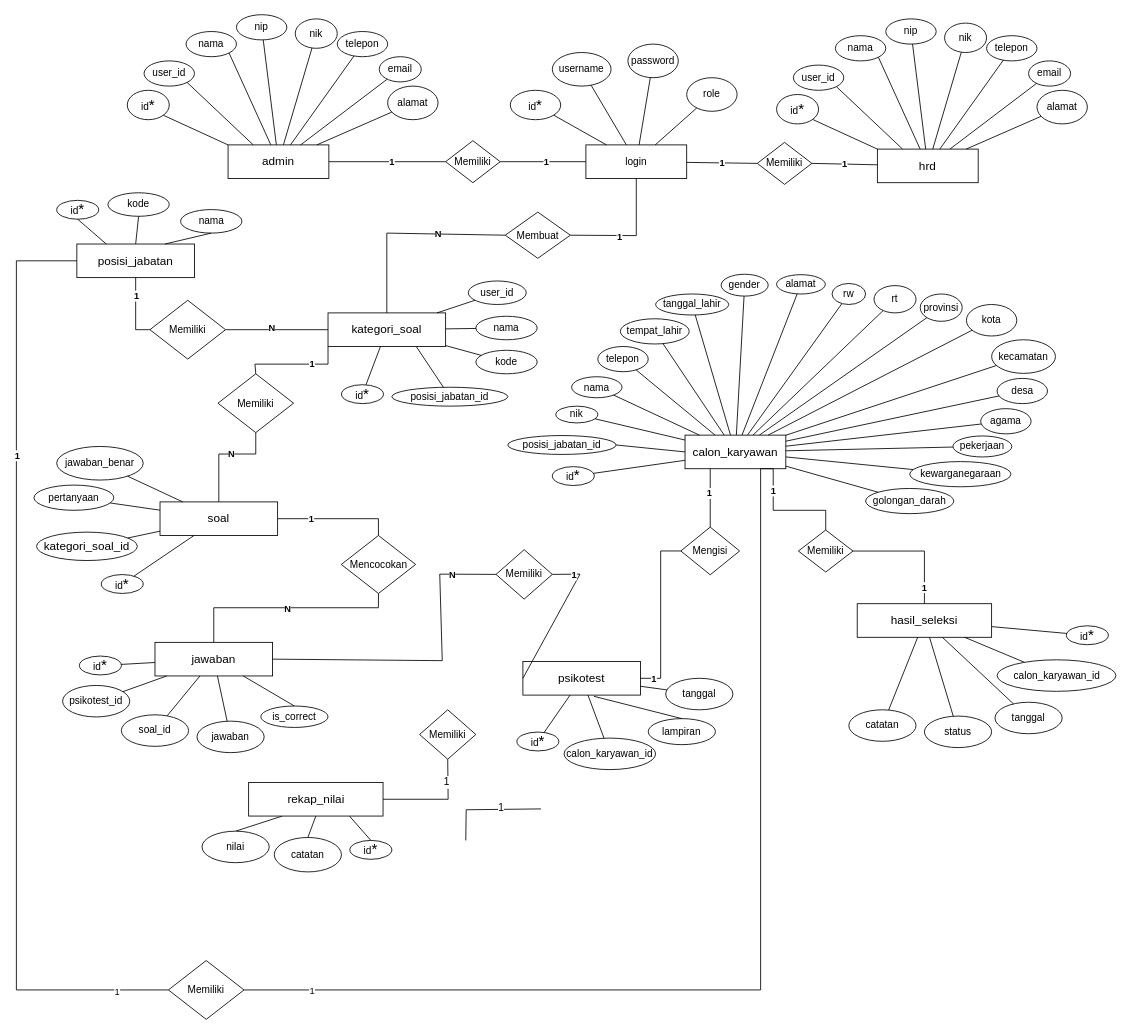
ceceprokani/Diagram-Skripsi keeps this draw.io diagram as page "ERD" (5 of 5) of Use Case.drawio. Above is the earlier version. Source tidied: cells renumbered, new cells numbered last; positions are measured from the earlier drawing's top-left corner, leaving out a move shared by most shapes. Both pictures are drawn from the tidied source at 84%, with x=0, y=0 at pixel (16, 14).
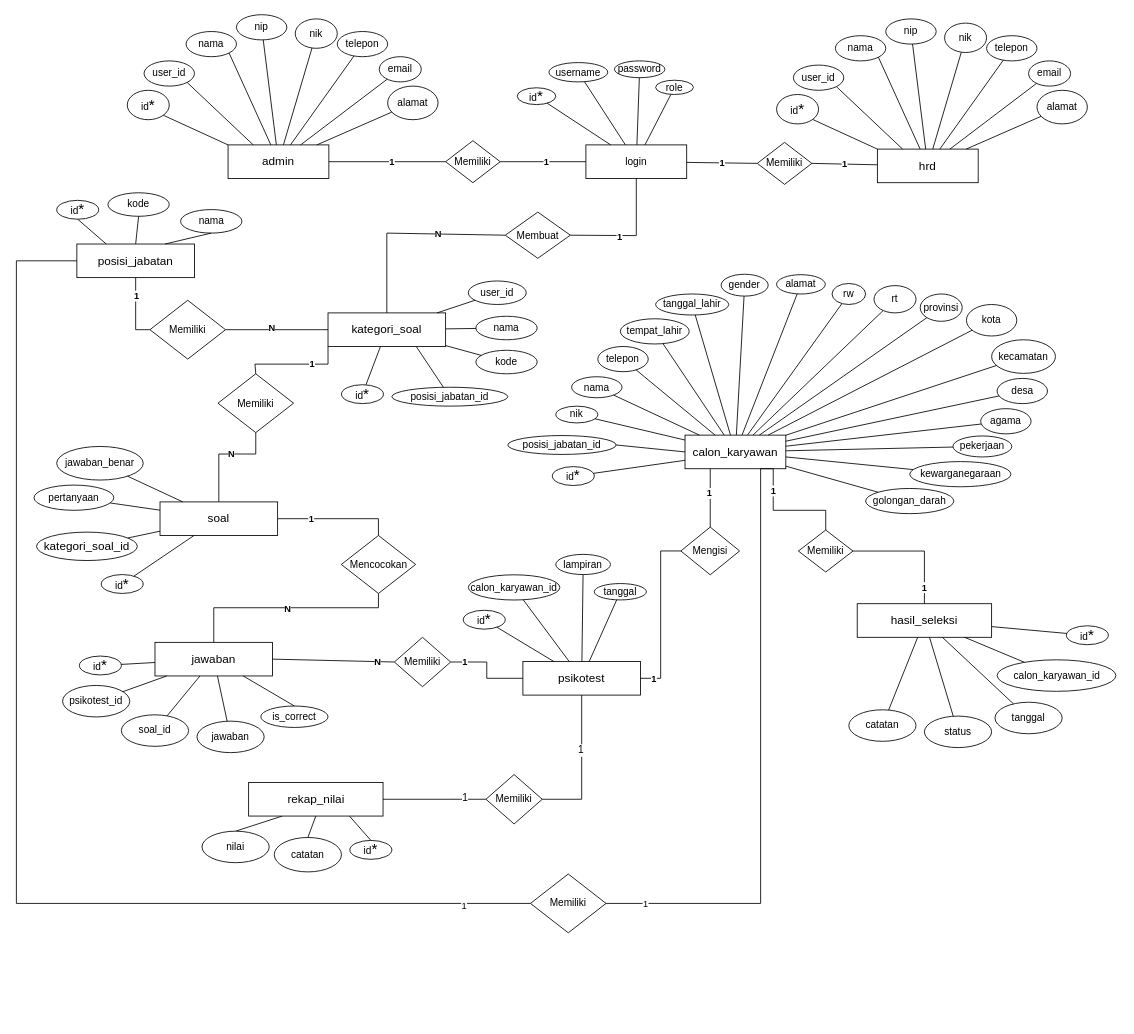
The same page after the edit.

The change refers to these unchanged cells:
```xml
<mxCell id="2" style="group;" parent="1" vertex="1">
  <mxGeometry x="21" width="1292.5" height="1036" as="geometry" />
</mxCell>
<mxCell id="11" value="&lt;font style=&quot;font-size: 14px;&quot;&gt;psikotest&lt;/font&gt;" style="rounded=0;whiteSpace=wrap;html=1;" parent="2" vertex="1">
  <mxGeometry x="582" y="770" width="140" height="40" as="geometry" />
</mxCell>
<mxCell id="12" value="&lt;font style=&quot;font-size: 14px;&quot;&gt;jawaban&lt;/font&gt;" style="rounded=0;whiteSpace=wrap;html=1;" parent="2" vertex="1">
  <mxGeometry x="144" y="747.2" width="140" height="40" as="geometry" />
</mxCell>
<mxCell id="171" value="&lt;font style=&quot;font-size: 14px;&quot;&gt;posisi_jabatan&lt;/font&gt;" style="rounded=0;whiteSpace=wrap;html=1;" parent="2" vertex="1">
  <mxGeometry x="51" y="273" width="140" height="40" as="geometry" />
</mxCell>
<mxCell id="195" value="&lt;font style=&quot;font-size: 14px;&quot;&gt;rekap_nilai&lt;/font&gt;" style="rounded=0;whiteSpace=wrap;html=1;" parent="2" vertex="1">
  <mxGeometry x="255.5" y="914" width="160" height="40" as="geometry" />
</mxCell>
```

What changed in the source:
```diff
@@
     <mxCell id="4" value="&lt;font style=&quot;font-size: 12px;&quot;&gt;id&lt;/font&gt;&lt;font style=&quot;font-size: 18px;&quot;&gt;*&lt;/font&gt;" style="ellipse;whiteSpace=wrap;html=1;" parent="2" vertex="1">
-      <mxGeometry x="567" y="90" width="60" height="35" as="geometry" />
+      <mxGeometry x="575.2" y="87" width="46" height="20" as="geometry" />
     </mxCell>
@@
     <mxCell id="13" value="&lt;font style=&quot;font-size: 12px;&quot;&gt;username&lt;/font&gt;" style="ellipse;whiteSpace=wrap;html=1;" parent="2" vertex="1">
-      <mxGeometry x="617" y="45" width="70" height="40" as="geometry" />
+      <mxGeometry x="613" y="57" width="70" height="23" as="geometry" />
     </mxCell>
     <mxCell id="14" value="&lt;font style=&quot;font-size: 12px;&quot;&gt;password&lt;/font&gt;" style="ellipse;whiteSpace=wrap;html=1;" parent="2" vertex="1">
-      <mxGeometry x="707" y="35" width="60" height="40" as="geometry" />
+      <mxGeometry x="691" y="55" width="60" height="20" as="geometry" />
     </mxCell>
     <mxCell id="15" value="&lt;font style=&quot;font-size: 12px;&quot;&gt;role&lt;/font&gt;" style="ellipse;whiteSpace=wrap;html=1;" parent="2" vertex="1">
-      <mxGeometry x="777" y="75" width="60" height="40" as="geometry" />
+      <mxGeometry x="740" y="78" width="45" height="17" as="geometry" />
     </mxCell>
@@
     <mxCell id="46" value="calon_karyawan_id" style="ellipse;whiteSpace=wrap;html=1;" parent="2" vertex="1">
-      <mxGeometry x="631" y="861.2" width="109" height="37.5" as="geometry" />
+      <mxGeometry x="517" y="666.8" width="109" height="30" as="geometry" />
     </mxCell>
     <mxCell id="47" value="lampiran" style="ellipse;whiteSpace=wrap;html=1;" parent="2" vertex="1">
-      <mxGeometry x="731.2" y="838" width="80" height="31" as="geometry" />
+      <mxGeometry x="621.2" y="642.5" width="65" height="24" as="geometry" />
     </mxCell>
     <mxCell id="48" value="tanggal" style="ellipse;whiteSpace=wrap;html=1;" parent="2" vertex="1">
-      <mxGeometry x="752" y="790" width="80" height="37.5" as="geometry" />
+      <mxGeometry x="667" y="677.2" width="62" height="19.5" as="geometry" />
     </mxCell>
     <mxCell id="49" value="&lt;font style=&quot;font-size: 12px;&quot;&gt;id&lt;/font&gt;&lt;font style=&quot;font-size: 18px;&quot;&gt;*&lt;/font&gt;" style="ellipse;whiteSpace=wrap;html=1;" parent="2" vertex="1">
-      <mxGeometry x="574.8" y="854" width="50" height="22.5" as="geometry" />
+      <mxGeometry x="511" y="709" width="50" height="22.5" as="geometry" />
     </mxCell>
@@
     <mxCell id="55" value="Memiliki" style="rhombus;whiteSpace=wrap;html=1;" parent="2" vertex="1">
-      <mxGeometry x="550" y="636.9" width="67" height="58.8" as="geometry" />
+      <mxGeometry x="429" y="741.2" width="67" height="58.8" as="geometry" />
     </mxCell>
-    <mxCell id="56" style="endArrow=none;html=1;rounded=0;entryX=0;entryY=0.5;entryDx=0;entryDy=0;exitX=1;exitY=0.5;exitDx=0;exitDy=0;" parent="2" edge="1" source="55" target="11">
-      <mxGeometry relative="1" as="geometry">
-        <Array as="points">
-          <mxPoint x="650" y="666" />
-        </Array>
-      </mxGeometry>
+    <mxCell id="56" style="endArrow=none;html=1;rounded=0;entryX=0;entryY=0.5;entryDx=0;entryDy=0;exitX=1;exitY=0.5;exitDx=0;exitDy=0;edgeStyle=orthogonalEdgeStyle;" parent="2" edge="1" source="55" target="11">
+      <mxGeometry relative="1" as="geometry" />
     </mxCell>
@@
     <mxCell id="58" style="endArrow=none;html=1;rounded=0;entryX=0;entryY=0.5;entryDx=0;entryDy=0;exitX=1;exitY=0.5;exitDx=0;exitDy=0;" parent="2" edge="1" source="12" target="55">
-      <mxGeometry relative="1" as="geometry">
-        <Array as="points">
-          <mxPoint x="486" y="769" />
-          <mxPoint x="483" y="666" />
-        </Array>
-      </mxGeometry>
+      <mxGeometry relative="1" as="geometry" />
     </mxCell>
@@
-    <mxCell id="189" style="endArrow=none;html=1;rounded=0;exitX=0.603;exitY=1.035;exitDx=0;exitDy=0;exitPerimeter=0;entryX=0.5;entryY=0;entryDx=0;entryDy=0;" parent="2" edge="1" source="11" target="47">
+    <mxCell id="189" style="endArrow=none;html=1;rounded=0;" parent="2" edge="1" source="11" target="47">
       <mxGeometry relative="1" as="geometry" />
     </mxCell>
@@
     <mxCell id="197" value="Memiliki" style="rhombus;whiteSpace=wrap;html=1;" parent="2" vertex="1">
-      <mxGeometry x="459" y="827.5" width="67" height="58.8" as="geometry" />
+      <mxGeometry x="538" y="904.6" width="67" height="58.8" as="geometry" />
     </mxCell>
-    <mxCell id="198" style="endArrow=none;html=1;rounded=0;entryX=0.5;entryY=0;entryDx=0;entryDy=0;exitX=0;exitY=0.5;exitDx=0;exitDy=0;" parent="2" edge="1">
-      <mxGeometry relative="1" as="geometry">
-        <mxPoint x="603.5" y="945.5" as="sourcePoint" />
-        <mxPoint x="514" y="983" as="targetPoint" />
-        <Array as="points">
-          <mxPoint x="514.5" y="946.5" />
-        </Array>
-      </mxGeometry>
+    <mxCell id="198" style="endArrow=none;html=1;rounded=0;entryX=1;entryY=0.5;entryDx=0;entryDy=0;edgeStyle=orthogonalEdgeStyle;exitX=0.5;exitY=1;exitDx=0;exitDy=0;" parent="2" edge="1" source="11" target="197">
+      <mxGeometry relative="1" as="geometry" />
     </mxCell>
@@
-    <mxCell id="200" style="endArrow=none;html=1;rounded=0;entryX=1;entryY=0.5;entryDx=0;entryDy=0;exitX=0.5;exitY=1;exitDx=0;exitDy=0;" parent="2" edge="1" source="197" target="195">
+    <mxCell id="200" style="endArrow=none;html=1;rounded=0;entryX=1;entryY=0.5;entryDx=0;entryDy=0;exitX=0;exitY=0.5;exitDx=0;exitDy=0;" parent="2" edge="1" source="197" target="195">
       <mxGeometry relative="1" as="geometry">
         <Array as="points">
           <mxPoint x="493" y="934" />
         </Array>
       </mxGeometry>
     </mxCell>
@@
     <mxCell id="202" value="Memiliki" style="rhombus;whiteSpace=wrap;html=1;" parent="1" vertex="1">
-      <mxGeometry x="181" y="1126" width="90" height="70" as="geometry" />
+      <mxGeometry x="612" y="1023" width="90" height="70" as="geometry" />
     </mxCell>
@@
     <mxCell id="205" style="endArrow=none;html=1;rounded=0;entryX=0;entryY=0.5;entryDx=0;entryDy=0;exitX=0;exitY=0.5;exitDx=0;exitDy=0;edgeStyle=orthogonalEdgeStyle;" parent="1" edge="1" source="171" target="202">
       <mxGeometry relative="1" as="geometry">
         <Array as="points">
           <mxPoint y="293" />
-          <mxPoint y="1161" />
+          <mxPoint y="1058" />
         </Array>
       </mxGeometry>
     </mxCell>
-    <mxCell id="206" value="1" style="edgeLabel;html=1;align=center;verticalAlign=middle;fontStyle=1;" parent="205" vertex="1">
-      <mxGeometry x="-0.46" relative="1" as="geometry" />
-    </mxCell>
```
